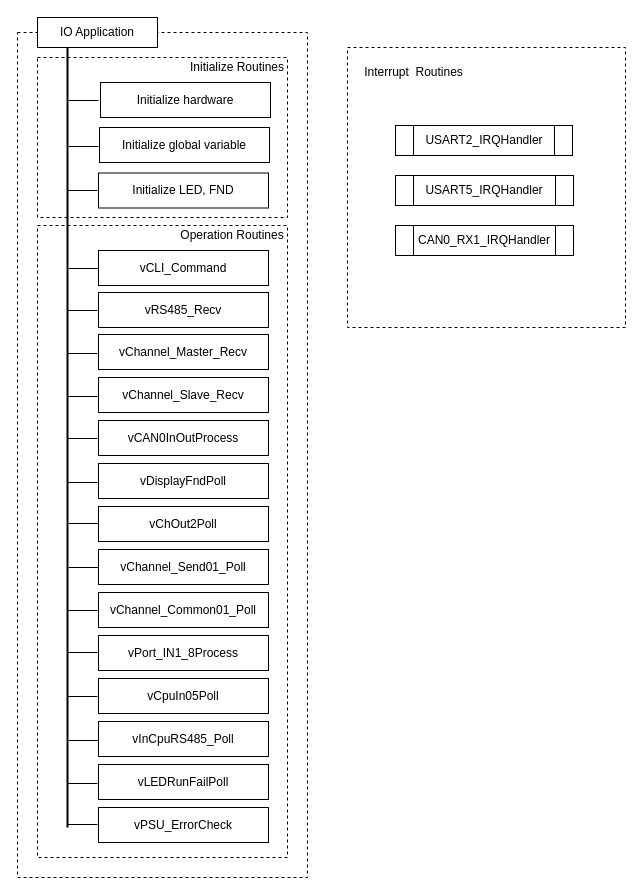
Before: page "IO - INPUT 소프트웨어 계층구조" (4 of 6) of EABS/Document_Pack/Design/INPUT/BlockDiagram/eabs_input_block_diagram.drawio in chillin2/MyDraw.io, a draw.io diagram. Source tidied: cells renumbered, new cells numbered last; positions are measured from the earlier drawing's top-left corner, leaving out a move shared by most shapes. Both pictures are drawn from the tidied source at 100%, with x=0, y=0 at pixel (17, 17).
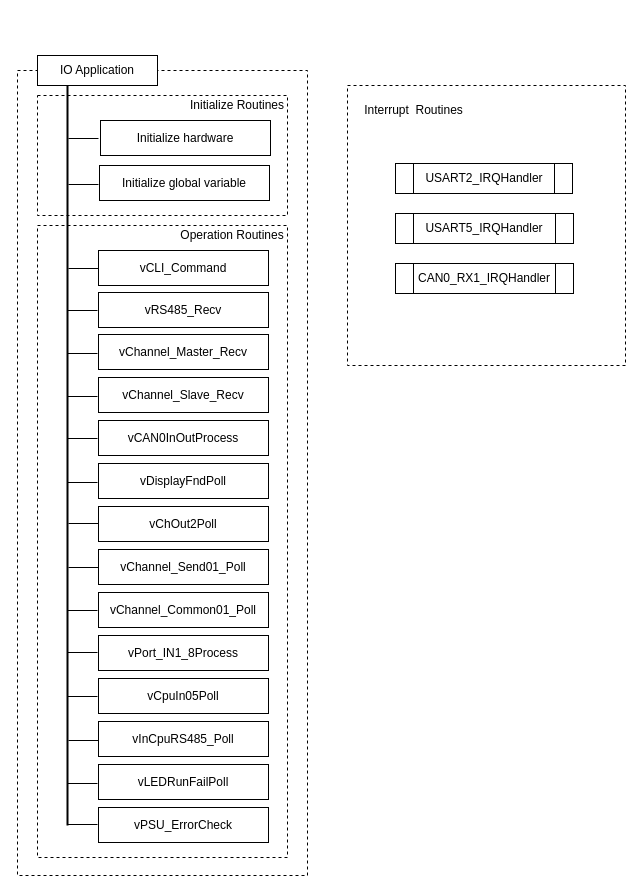
The same diagram, later.

The edit, as a diff of the source:
```diff
@@
     <mxCell id="2" style="rounded=0;whiteSpace=wrap;html=1;dashed=1;" parent="1" vertex="1">
-      <mxGeometry y="15" width="290" height="845" as="geometry" />
+      <mxGeometry y="53" width="290" height="805" as="geometry" />
     </mxCell>
@@
     <mxCell id="4" style="rounded=0;whiteSpace=wrap;html=1;dashed=1;" parent="1" vertex="1">
-      <mxGeometry x="20" y="40" width="250" height="160" as="geometry" />
+      <mxGeometry x="20" y="78" width="250" height="120" as="geometry" />
     </mxCell>
     <mxCell id="5" value="Initialize hardware" style="rounded=0;whiteSpace=wrap;html=1;" parent="1" vertex="1">
-      <mxGeometry x="83" y="65" width="170" height="35" as="geometry" />
+      <mxGeometry x="83" y="103" width="170" height="35" as="geometry" />
     </mxCell>
     <mxCell id="6" style="rounded=0;whiteSpace=wrap;html=1;dashed=1;" parent="1" vertex="1">
-      <mxGeometry x="330" y="30" width="278" height="280" as="geometry" />
+      <mxGeometry x="330" y="68" width="278" height="280" as="geometry" />
     </mxCell>
     <mxCell id="7" value="Interrupt&amp;nbsp; Routines" style="text;html=1;strokeColor=none;fillColor=none;align=center;verticalAlign=middle;whiteSpace=wrap;rounded=0;" parent="1" vertex="1">
-      <mxGeometry x="333" y="40" width="127" height="30" as="geometry" />
+      <mxGeometry x="333" y="78" width="127" height="30" as="geometry" />
     </mxCell>
     <mxCell id="8" value="USART2_IRQHandler" style="shape=process;whiteSpace=wrap;html=1;backgroundOutline=1;" parent="1" vertex="1">
-      <mxGeometry x="378" y="108" width="177" height="30" as="geometry" />
+      <mxGeometry x="378" y="146" width="177" height="30" as="geometry" />
     </mxCell>
     <mxCell id="9" value="Initialize global variable" style="rounded=0;whiteSpace=wrap;html=1;" parent="1" vertex="1">
-      <mxGeometry x="82" y="110" width="170" height="35" as="geometry" />
+      <mxGeometry x="82" y="148" width="170" height="35" as="geometry" />
     </mxCell>
-    <mxCell id="10" value="Initialize LED, FND" style="rounded=0;whiteSpace=wrap;html=1;" parent="1" vertex="1">
-      <mxGeometry x="81" y="155.5" width="170" height="35" as="geometry" />
-    </mxCell>
@@
     <mxCell id="25" value="USART5_IRQHandler" style="shape=process;whiteSpace=wrap;html=1;backgroundOutline=1;" parent="1" vertex="1">
-      <mxGeometry x="378" y="158" width="178" height="30" as="geometry" />
+      <mxGeometry x="378" y="196" width="178" height="30" as="geometry" />
     </mxCell>
     <mxCell id="26" value="CAN0_RX1_IRQHandler" style="shape=process;whiteSpace=wrap;html=1;backgroundOutline=1;" parent="1" vertex="1">
-      <mxGeometry x="378" y="208" width="178" height="30" as="geometry" />
+      <mxGeometry x="378" y="246" width="178" height="30" as="geometry" />
     </mxCell>
     <mxCell id="27" value="IO Application" style="rounded=0;whiteSpace=wrap;html=1;" parent="1" vertex="1">
-      <mxGeometry x="20" width="120" height="30" as="geometry" />
+      <mxGeometry x="20" y="38" width="120" height="30" as="geometry" />
     </mxCell>
     <mxCell id="28" style="endArrow=none;html=1;rounded=0;entryX=0.25;entryY=1;entryDx=0;entryDy=0;strokeWidth=2;" parent="1" edge="1">
       <mxGeometry relative="1" as="geometry">
-        <mxPoint x="50" y="810" as="sourcePoint" />
-        <mxPoint x="50" y="30" as="targetPoint" />
+        <mxPoint x="50" y="808" as="sourcePoint" />
+        <mxPoint x="50" y="68" as="targetPoint" />
       </mxGeometry>
     </mxCell>
@@
-    <mxCell id="43" style="endArrow=none;html=1;rounded=0;" parent="1" edge="1">
-      <mxGeometry relative="1" as="geometry">
-        <mxPoint x="50" y="173" as="sourcePoint" />
-        <mxPoint x="80" y="173" as="targetPoint" />
-      </mxGeometry>
-    </mxCell>
     <mxCell id="44" style="endArrow=none;html=1;rounded=0;" parent="1" edge="1">
       <mxGeometry relative="1" as="geometry">
-        <mxPoint x="51" y="129" as="sourcePoint" />
-        <mxPoint x="81" y="129" as="targetPoint" />
+        <mxPoint x="51" y="167" as="sourcePoint" />
+        <mxPoint x="81" y="167" as="targetPoint" />
       </mxGeometry>
     </mxCell>
     <mxCell id="45" style="endArrow=none;html=1;rounded=0;" parent="1" edge="1">
       <mxGeometry relative="1" as="geometry">
-        <mxPoint x="51" y="83" as="sourcePoint" />
-        <mxPoint x="81" y="83" as="targetPoint" />
+        <mxPoint x="51" y="121" as="sourcePoint" />
+        <mxPoint x="81" y="121" as="targetPoint" />
       </mxGeometry>
     </mxCell>
     <mxCell id="46" value="Initialize Routines" style="text;html=1;strokeColor=none;fillColor=none;align=center;verticalAlign=middle;whiteSpace=wrap;rounded=0;" parent="1" vertex="1">
-      <mxGeometry x="170" y="40" width="100" height="20" as="geometry" />
+      <mxGeometry x="170" y="78" width="100" height="20" as="geometry" />
     </mxCell>
```
